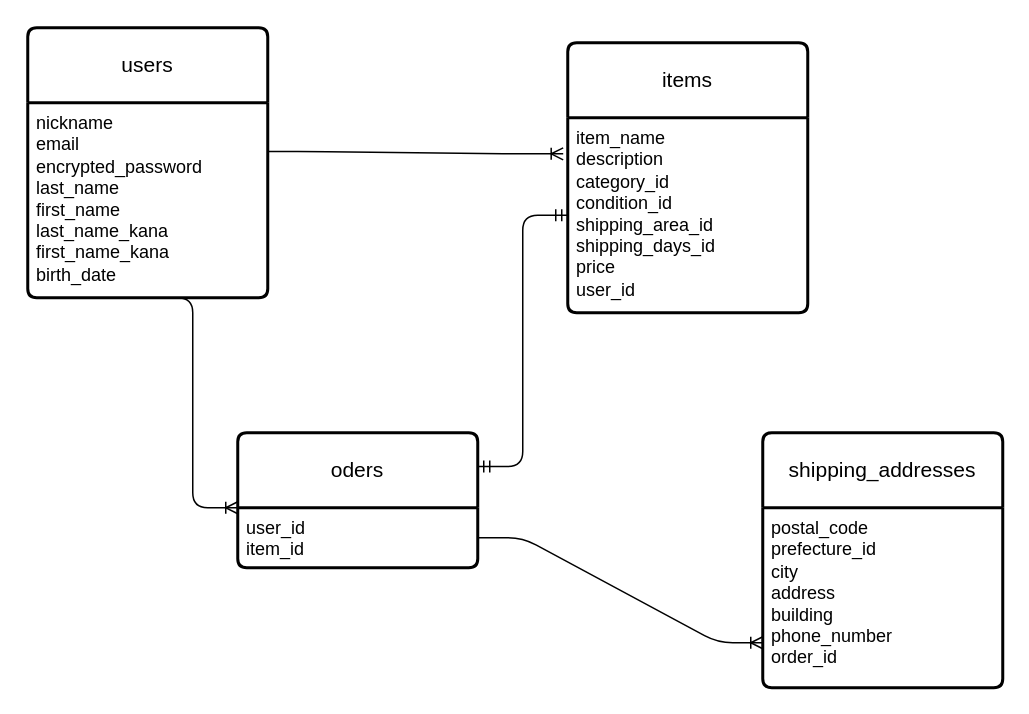
Above: frima.dio in takehiro-yamamoto/furima-42379 (draw.io), before the change. Source tidied: cells renumbered, new cells numbered last; positions are measured from the earlier drawing's top-left corner, leaving out a move shared by most shapes. Both pictures are drawn from the tidied source at 150%, with x=0, y=0 at pixel (27, 27).
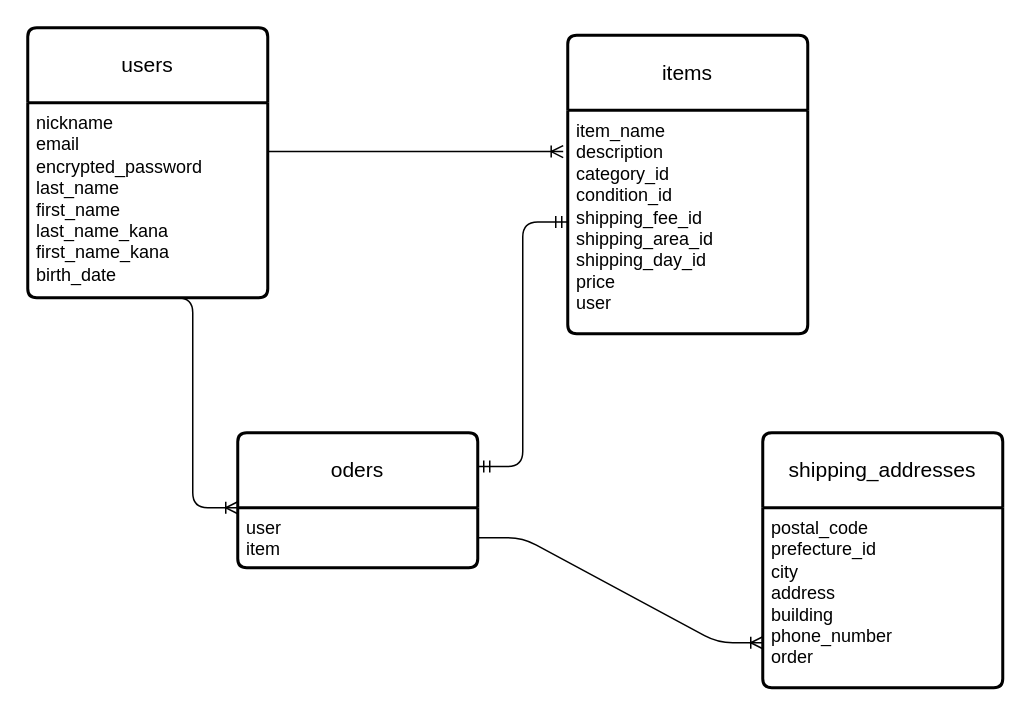
After the change.

Commit message (it also covers changes not shown here):
データベース設計内容の修正

What changed in the source:
```diff
@@
 <mxGraphModel background="#ffffff">
   <root>
     <mxCell id="0" />
     <mxCell id="1" parent="0" />
     <mxCell id="2" value="items" style="swimlane;horizontal=1;startSize=50;rounded=1;fontSize=14;fontStyle=0;strokeWidth=2;shadow=0;dashed=0;align=center;arcSize=4;whiteSpace=wrap;html=1;" parent="1" vertex="1">
-      <mxGeometry x="360" y="10" width="160" height="180" as="geometry" />
+      <mxGeometry x="360" y="5" width="160" height="199" as="geometry" />
     </mxCell>
-    <mxCell id="3" value="item_name&lt;div&gt;description&lt;/div&gt;&lt;div&gt;category_id&lt;/div&gt;&lt;div&gt;condition_id&lt;/div&gt;&lt;div&gt;shipping_area_id&lt;/div&gt;&lt;div&gt;shipping_days_id&lt;/div&gt;&lt;div&gt;price&lt;/div&gt;&lt;div&gt;user_id&lt;/div&gt;" style="align=left;strokeColor=none;fillColor=none;spacingLeft=4;fontSize=12;verticalAlign=top;html=1;" parent="2" vertex="1">
-      <mxGeometry y="50" width="160" height="130" as="geometry" />
+    <mxCell id="3" value="item_name&lt;div&gt;description&lt;/div&gt;&lt;div&gt;category_id&lt;/div&gt;&lt;div&gt;condition_id&lt;/div&gt;&lt;div&gt;shipping_fee_id&lt;/div&gt;&lt;div&gt;shipping_area_id&lt;/div&gt;&lt;div&gt;shipping_day_id&lt;/div&gt;&lt;div&gt;price&lt;/div&gt;&lt;div&gt;user&lt;/div&gt;" style="align=left;strokeColor=none;fillColor=none;spacingLeft=4;fontSize=12;verticalAlign=top;html=1;" parent="2" vertex="1">
+      <mxGeometry y="50" width="160" height="149" as="geometry" />
     </mxCell>
     <mxCell id="4" value="users" style="swimlane;horizontal=1;startSize=50;rounded=1;fontSize=14;fontStyle=0;strokeWidth=2;shadow=0;dashed=0;align=center;arcSize=4;whiteSpace=wrap;html=1;" parent="1" vertex="1">
       <mxGeometry width="160" height="180" as="geometry" />
     </mxCell>
     <mxCell id="5" value="nickname&lt;div&gt;email&lt;/div&gt;&lt;div&gt;encrypted_password&lt;/div&gt;&lt;div&gt;last_name&lt;/div&gt;&lt;div&gt;first_name&lt;/div&gt;&lt;div&gt;last_name_kana&lt;/div&gt;&lt;div&gt;first_name_kana&lt;/div&gt;&lt;div&gt;birth_date&lt;/div&gt;" style="align=left;strokeColor=none;fillColor=none;spacingLeft=4;fontSize=12;verticalAlign=top;html=1;" parent="4" vertex="1">
       <mxGeometry y="50" width="160" height="130" as="geometry" />
     </mxCell>
     <mxCell id="6" value="shipping_addresses" style="swimlane;horizontal=1;startSize=50;rounded=1;fontSize=14;fontStyle=0;strokeWidth=2;shadow=0;dashed=0;align=center;arcSize=4;whiteSpace=wrap;html=1;" parent="1" vertex="1">
       <mxGeometry x="490" y="270" width="160" height="170" as="geometry" />
     </mxCell>
-    <mxCell id="7" value="postal_code&lt;div&gt;prefecture_id&lt;/div&gt;&lt;div&gt;city&lt;/div&gt;&lt;div&gt;address&lt;/div&gt;&lt;div&gt;building&lt;/div&gt;&lt;div&gt;phone_number&lt;/div&gt;&lt;div&gt;order_id&lt;/div&gt;" style="align=left;strokeColor=none;fillColor=none;spacingLeft=4;fontSize=12;verticalAlign=top;html=1;" parent="6" vertex="1">
+    <mxCell id="7" value="postal_code&lt;div&gt;prefecture_id&lt;/div&gt;&lt;div&gt;city&lt;/div&gt;&lt;div&gt;address&lt;/div&gt;&lt;div&gt;building&lt;/div&gt;&lt;div&gt;phone_number&lt;/div&gt;&lt;div&gt;order&lt;/div&gt;" style="align=left;strokeColor=none;fillColor=none;spacingLeft=4;fontSize=12;verticalAlign=top;html=1;" parent="6" vertex="1">
       <mxGeometry y="50" width="160" height="120" as="geometry" />
     </mxCell>
     <mxCell id="8" value="oders" style="swimlane;horizontal=1;startSize=50;rounded=1;fontSize=14;fontStyle=0;strokeWidth=2;shadow=0;dashed=0;align=center;arcSize=4;whiteSpace=wrap;html=1;" parent="1" vertex="1">
       <mxGeometry x="140" y="270" width="160" height="90" as="geometry" />
     </mxCell>
-    <mxCell id="9" value="user_id&lt;div&gt;item_id&lt;/div&gt;" style="align=left;strokeColor=none;fillColor=none;spacingLeft=4;fontSize=12;verticalAlign=top;html=1;" parent="8" vertex="1">
+    <mxCell id="9" value="user&lt;div&gt;item&lt;/div&gt;" style="align=left;strokeColor=none;fillColor=none;spacingLeft=4;fontSize=12;verticalAlign=top;html=1;" parent="8" vertex="1">
       <mxGeometry y="50" width="160" height="40" as="geometry" />
     </mxCell>
     <mxCell id="10" style="edgeStyle=entityRelationEdgeStyle;fontSize=12;html=1;endArrow=ERoneToMany;exitX=1;exitY=0.25;exitDx=0;exitDy=0;entryX=-0.019;entryY=0.185;entryDx=0;entryDy=0;entryPerimeter=0;" parent="1" edge="1" source="5" target="3">
       <mxGeometry relative="1" as="geometry">
         <Array as="points">
           <mxPoint x="263" y="7" />
         </Array>
       </mxGeometry>
     </mxCell>
     <mxCell id="11" style="edgeStyle=entityRelationEdgeStyle;fontSize=12;html=1;endArrow=ERoneToMany;exitX=0.5;exitY=1;exitDx=0;exitDy=0;entryX=0;entryY=0;entryDx=0;entryDy=0;" parent="1" edge="1" source="5" target="9">
       <mxGeometry relative="1" as="geometry">
         <Array as="points">
           <mxPoint x="70" y="210" />
           <mxPoint x="80" y="210" />
         </Array>
       </mxGeometry>
     </mxCell>
     <mxCell id="12" style="edgeStyle=entityRelationEdgeStyle;fontSize=12;html=1;endArrow=ERoneToMany;exitX=1;exitY=0.5;exitDx=0;exitDy=0;entryX=0;entryY=0.75;entryDx=0;entryDy=0;" parent="1" edge="1" source="9" target="7">
       <mxGeometry relative="1" as="geometry">
         <Array as="points">
           <mxPoint x="296" y="447" />
           <mxPoint x="256" y="467" />
         </Array>
       </mxGeometry>
     </mxCell>
     <mxCell id="13" style="edgeStyle=entityRelationEdgeStyle;fontSize=12;html=1;endArrow=ERmandOne;startArrow=ERmandOne;exitX=1;exitY=0.25;exitDx=0;exitDy=0;" parent="1" edge="1" source="8" target="3">
       <mxGeometry relative="1" as="geometry" />
     </mxCell>
   </root>
 </mxGraphModel>
```
